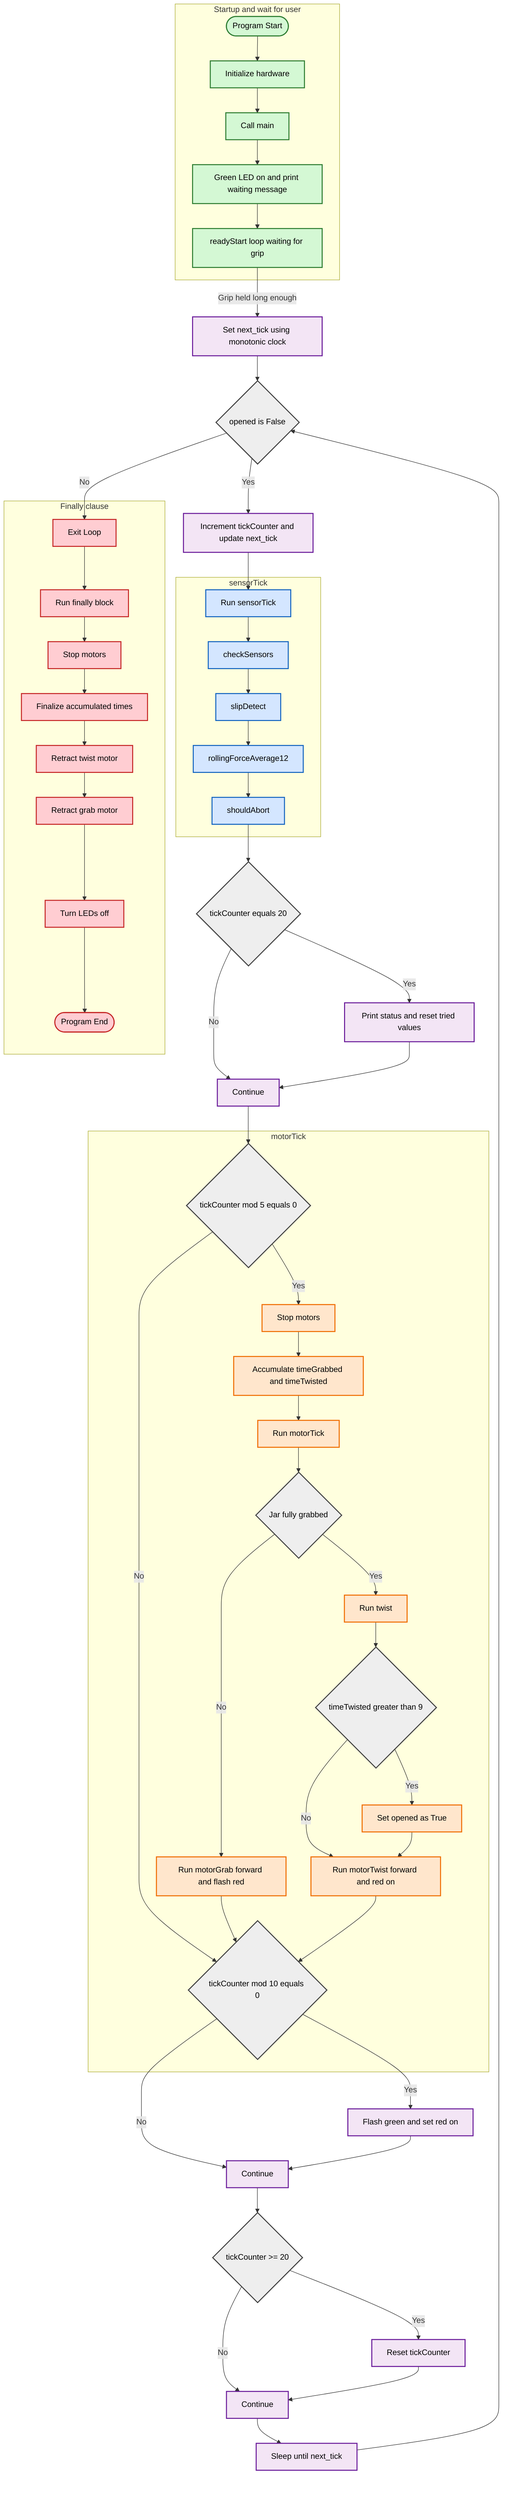
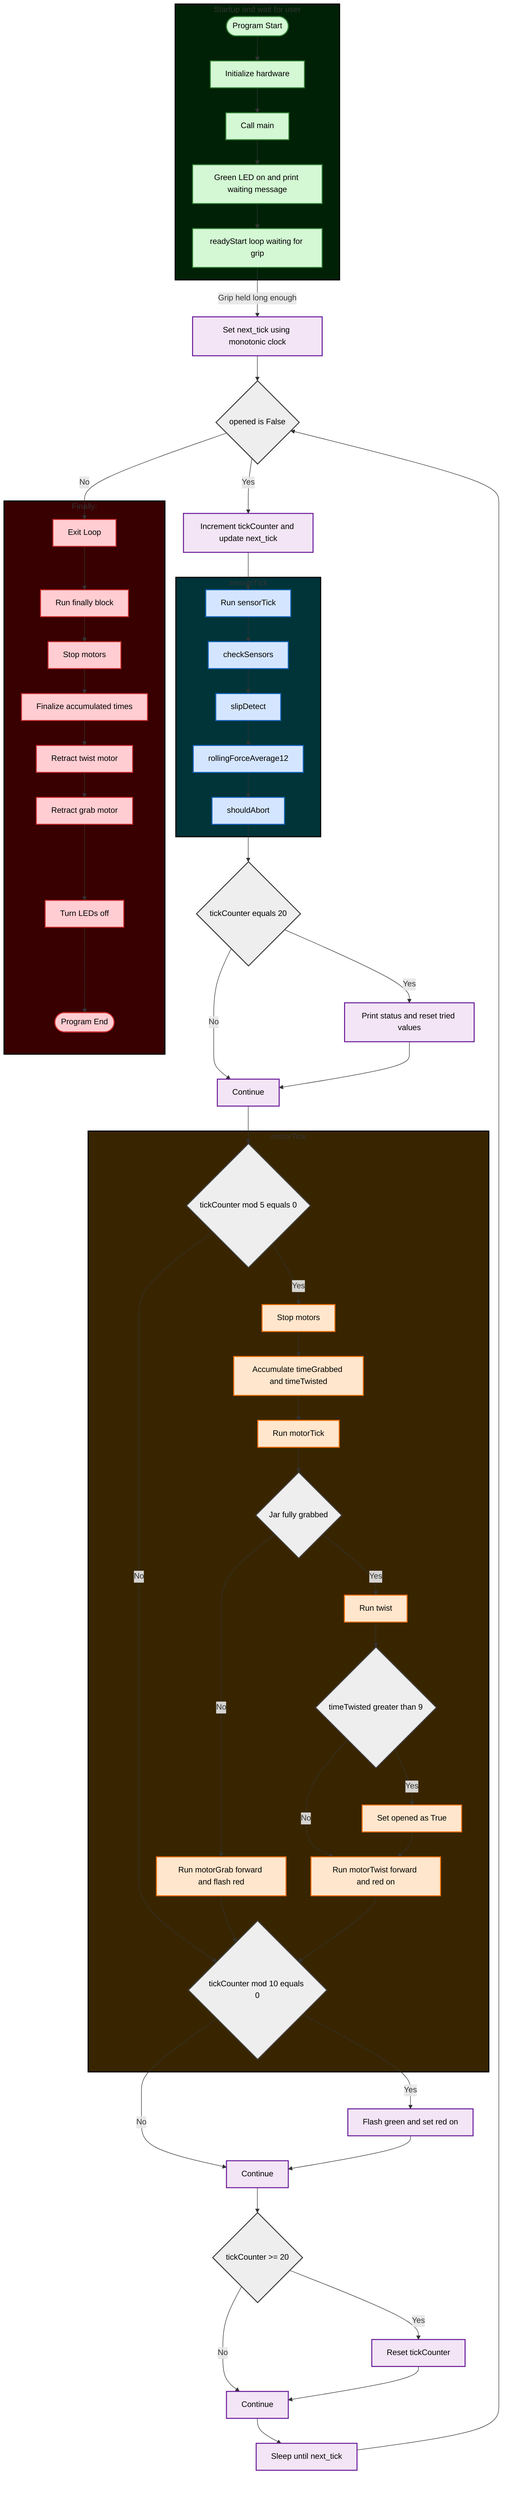
flowchart TD

subgraph STARTUP[Startup and wait for user]
    A([Program Start]) --> B[Initialize hardware]
    B --> C[Call main]
    C --> D[Green LED on and print waiting message]
    D --> E[readyStart loop waiting for grip]
end
    E -->|Grip held long enough| F[Set next_tick using monotonic clock]
    F --> G{opened is False}

    G -->|Yes| H[Increment tickCounter and update next_tick]
    H --> I[Run sensorTick]
subgraph sensorTick[sensorTick]
    I --> I1[checkSensors]
    I1 --> I2[slipDetect]
    I2 --> I3[rollingForceAverage12]
    I3 --> I4[shouldAbort]
end
    I4 --> J{tickCounter equals 20}
    J -->|Yes| K[Print status and reset tried values]
    J -->|No| L[Continue]

    K --> L
    L --> M{tickCounter mod 5 equals 0}
subgraph motorTick
    M -->|Yes| N[Stop motors]
    N --> O[Accumulate timeGrabbed and timeTwisted]
    O --> P[Run motorTick]
    M -->|No| AB

    P --> Q{Jar fully grabbed}

    Q -->|No| R[Run motorGrab forward and flash red]
    R --> AB

    Q -->|Yes| T[Run twist]
    T --> U{timeTwisted greater than 9}

    U -->|Yes| V[Set opened as True]
    U -->|No| W[Run motorTwist forward and red on]
end
    V --> W
    W --> AB

    AB{tickCounter mod 10 equals 0} -->|Yes| AC[Flash green and set red on]
    AB -->|No| AD[Continue]

    AC --> AD
    AD --> AE{tickCounter >= 20}
    AE -->|Yes| AF[Reset tickCounter]
    AE -->|No| AG[Continue]

    AF --> AG
    AG --> AH[Sleep until next_tick]
    AH --> G

    G -->|No| Z[Exit Loop]
- subgraph Finally clause
+ subgraph Finally:
    Z --> FINALLY[Run finally block]

    FINALLY --> F1[Stop motors]
    F1 --> F2[Finalize accumulated times]
    F2 --> F3[Retract twist motor]
    F3 --> F4[Retract grab motor]
    F4 --> F5[Turn LEDs off]
    F5 --> END([Program End])
end

%% =======================
%% STYLE DEFINITIONS
%% =======================

classDef startup fill:#d4f8d4,stroke:#2e7d32,stroke-width:2px,color:#000;
classDef sensor fill:#d4e6ff,stroke:#1565c0,stroke-width:2px,color:#000;
classDef motor fill:#ffe6cc,stroke:#ef6c00,stroke-width:2px,color:#000;
classDef timing fill:#f3e5f5,stroke:#6a1b9a,stroke-width:2px,color:#000;
classDef shutdown fill:#ffcdd2,stroke:#c62828,stroke-width:2px,color:#000;
classDef decision fill:#eeeeee,stroke:#424242,stroke-width:2px,color:#000;

%% =======================
%% CLASS ASSIGNMENTS
%% =======================

class A,B,C,D,E startup;
class I,I1,I2,I3,I4 sensor;
class N,O,P,Q,R,T,U,V,W motor;
class F,H,J,K,L,M,AB,AC,AD,AE,AF,AG,AH timing;
class Z,FINALLY,F1,F2,F3,F4,F5,END shutdown;
- class G,J,M,Q,U,AB,AE decision;+ class G,J,M,Q,U,AB,AE decision;
+ style STARTUP fill:#002106,stroke:#000000,stroke-width:2px
+ style Finally: fill:#380001,stroke:#000000,stroke-width:2px
+ style sensorTick fill:#003438,stroke:#000000,stroke-width:2px
+ style motorTick fill:#382500,stroke:#000000,stroke-width:2px